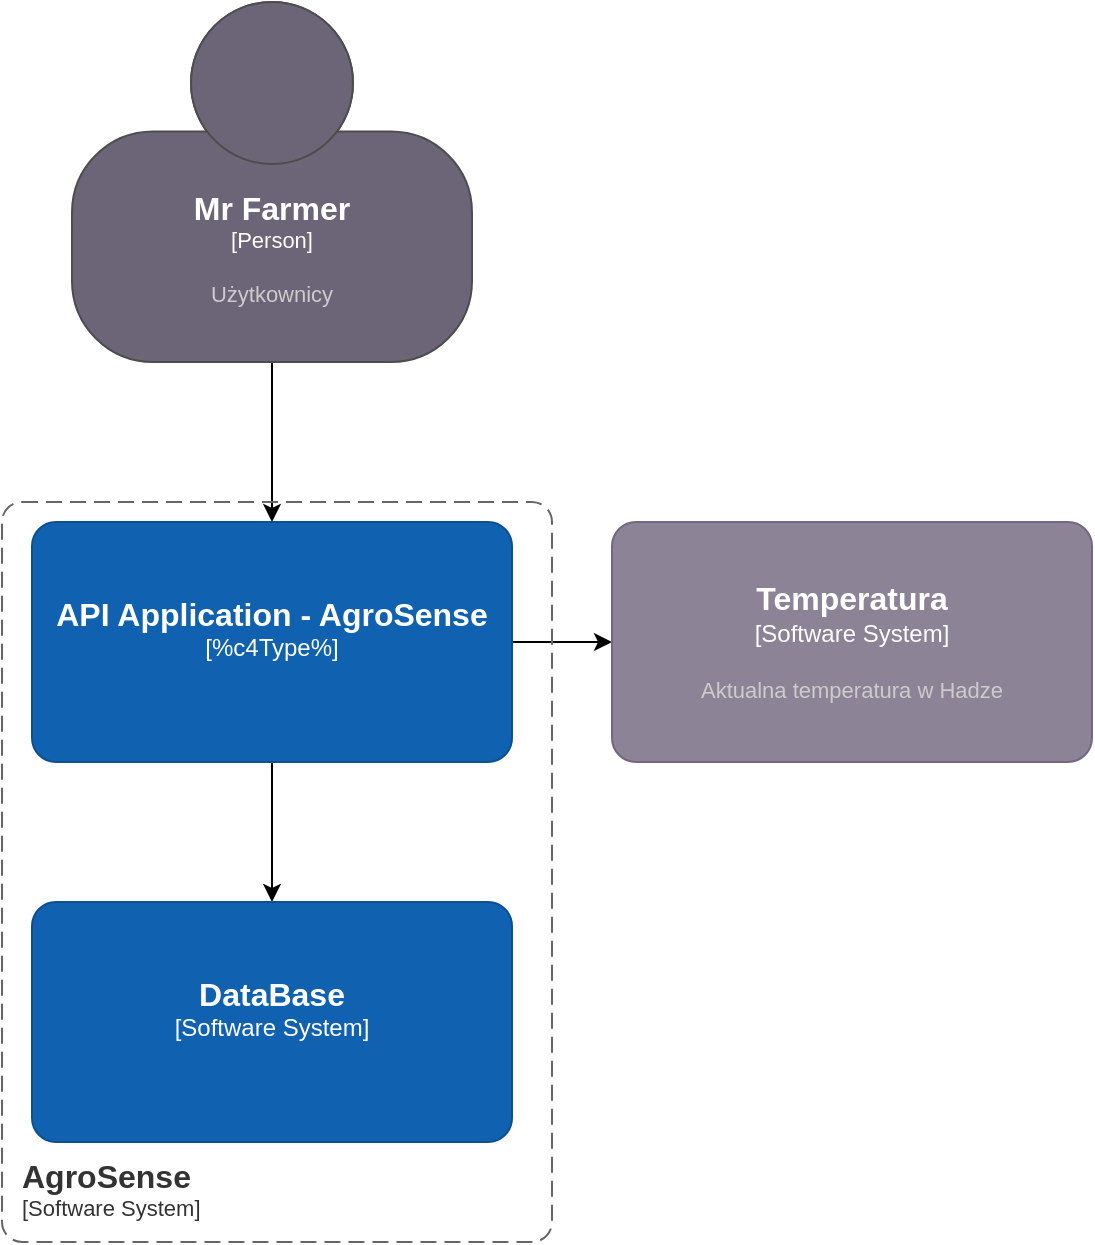
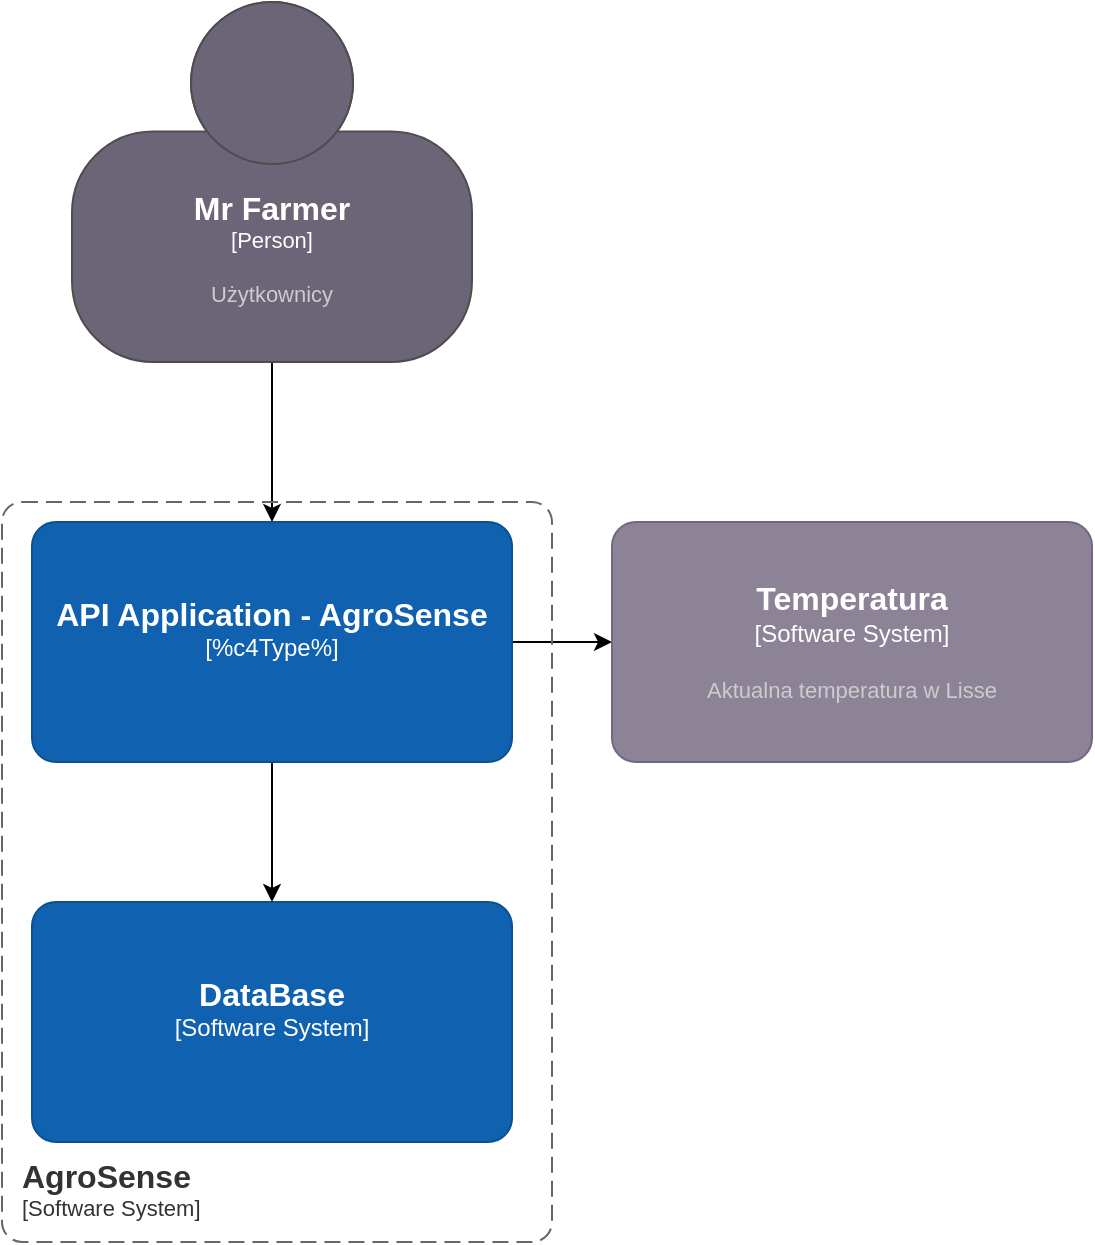
- <mxfile host="app.diagrams.net" agent="Mozilla/5.0 (Windows NT 10.0; Win64; x64) AppleWebKit/537.36 (KHTML, like Gecko) Chrome/134.0.0.0 Safari/537.36" version="26.1.1">
+ <mxfile host="app.diagrams.net" agent="Mozilla/5.0 (Windows NT 10.0; Win64; x64) AppleWebKit/537.36 (KHTML, like Gecko) Chrome/138.0.0.0 Safari/537.36" version="27.1.6">
  <diagram name="Strona-1" id="JiEw5maTpRAiuHX4kfsH">
-     <mxGraphModel dx="1483" dy="892" grid="1" gridSize="10" guides="1" tooltips="1" connect="1" arrows="1" fold="1" page="1" pageScale="1" pageWidth="827" pageHeight="1169" math="0" shadow="0">
+     <mxGraphModel dx="1224" dy="1116" grid="1" gridSize="10" guides="1" tooltips="1" connect="1" arrows="1" fold="1" page="1" pageScale="1" pageWidth="827" pageHeight="1169" math="0" shadow="0">
      <root>
        <mxCell id="0" />
        <mxCell id="1" parent="0" />
-         <mxCell id="W9UQ7EGqLrl5jvvXXVVl-11" value="" style="edgeStyle=orthogonalEdgeStyle;rounded=0;orthogonalLoop=1;jettySize=auto;html=1;" edge="1" parent="1" source="W9UQ7EGqLrl5jvvXXVVl-1" target="W9UQ7EGqLrl5jvvXXVVl-10">
+         <mxCell id="W9UQ7EGqLrl5jvvXXVVl-11" value="" style="edgeStyle=orthogonalEdgeStyle;rounded=0;orthogonalLoop=1;jettySize=auto;html=1;" parent="1" source="W9UQ7EGqLrl5jvvXXVVl-1" target="W9UQ7EGqLrl5jvvXXVVl-10" edge="1">
          <mxGeometry relative="1" as="geometry" />
        </mxCell>
-         <mxCell id="W9UQ7EGqLrl5jvvXXVVl-13" value="" style="edgeStyle=orthogonalEdgeStyle;rounded=0;orthogonalLoop=1;jettySize=auto;html=1;" edge="1" parent="1" source="W9UQ7EGqLrl5jvvXXVVl-1" target="W9UQ7EGqLrl5jvvXXVVl-12">
+         <mxCell id="W9UQ7EGqLrl5jvvXXVVl-13" value="" style="edgeStyle=orthogonalEdgeStyle;rounded=0;orthogonalLoop=1;jettySize=auto;html=1;" parent="1" source="W9UQ7EGqLrl5jvvXXVVl-1" target="W9UQ7EGqLrl5jvvXXVVl-12" edge="1">
          <mxGeometry relative="1" as="geometry" />
        </mxCell>
        <object c4Name="API Application - AgroSense" c4Description="" label="&lt;font style=&quot;font-size: 16px&quot;&gt;&lt;b&gt;%c4Name%&lt;/b&gt;&lt;/font&gt;&lt;div&gt;[%c4Type%]&lt;/div&gt;&lt;br&gt;&lt;div&gt;&lt;font style=&quot;font-size: 11px&quot;&gt;&lt;font color=&quot;#cccccc&quot;&gt;%c4Description%&lt;/font&gt;&lt;/div&gt;" placeholders="1" id="W9UQ7EGqLrl5jvvXXVVl-1">
-           <mxCell style="rounded=1;whiteSpace=wrap;html=1;labelBackgroundColor=none;fillColor=#1061B0;fontColor=#ffffff;align=center;arcSize=10;strokeColor=#0D5091;metaEdit=1;resizable=0;points=[[0.25,0,0],[0.5,0,0],[0.75,0,0],[1,0.25,0],[1,0.5,0],[1,0.75,0],[0.75,1,0],[0.5,1,0],[0.25,1,0],[0,0.75,0],[0,0.5,0],[0,0.25,0]];" vertex="1" parent="1">
+           <mxCell style="rounded=1;whiteSpace=wrap;html=1;labelBackgroundColor=none;fillColor=#1061B0;fontColor=#ffffff;align=center;arcSize=10;strokeColor=#0D5091;metaEdit=1;resizable=0;points=[[0.25,0,0],[0.5,0,0],[0.75,0,0],[1,0.25,0],[1,0.5,0],[1,0.75,0],[0.75,1,0],[0.5,1,0],[0.25,1,0],[0,0.75,0],[0,0.5,0],[0,0.25,0]];" parent="1" vertex="1">
            <mxGeometry x="190" y="270" width="240" height="120" as="geometry" />
          </mxCell>
        </object>
-         <mxCell id="W9UQ7EGqLrl5jvvXXVVl-3" value="" style="edgeStyle=orthogonalEdgeStyle;rounded=0;orthogonalLoop=1;jettySize=auto;html=1;" edge="1" parent="1" source="W9UQ7EGqLrl5jvvXXVVl-2" target="W9UQ7EGqLrl5jvvXXVVl-1">
+         <mxCell id="W9UQ7EGqLrl5jvvXXVVl-3" value="" style="edgeStyle=orthogonalEdgeStyle;rounded=0;orthogonalLoop=1;jettySize=auto;html=1;" parent="1" source="W9UQ7EGqLrl5jvvXXVVl-2" target="W9UQ7EGqLrl5jvvXXVVl-1" edge="1">
          <mxGeometry relative="1" as="geometry" />
        </mxCell>
        <object placeholders="1" c4Name="Mr Farmer" c4Type="Person" c4Description="Użytkownicy" label="&lt;font style=&quot;font-size: 16px&quot;&gt;&lt;b&gt;%c4Name%&lt;/b&gt;&lt;/font&gt;&lt;div&gt;[%c4Type%]&lt;/div&gt;&lt;br&gt;&lt;div&gt;&lt;font style=&quot;font-size: 11px&quot;&gt;&lt;font color=&quot;#cccccc&quot;&gt;%c4Description%&lt;/font&gt;&lt;/div&gt;" id="W9UQ7EGqLrl5jvvXXVVl-2">
-           <mxCell style="html=1;fontSize=11;dashed=0;whiteSpace=wrap;fillColor=#6C6477;strokeColor=#4D4D4D;fontColor=#ffffff;shape=mxgraph.c4.person2;align=center;metaEdit=1;points=[[0.5,0,0],[1,0.5,0],[1,0.75,0],[0.75,1,0],[0.5,1,0],[0.25,1,0],[0,0.75,0],[0,0.5,0]];resizable=0;" vertex="1" parent="1">
+           <mxCell style="html=1;fontSize=11;dashed=0;whiteSpace=wrap;fillColor=#6C6477;strokeColor=#4D4D4D;fontColor=#ffffff;shape=mxgraph.c4.person2;align=center;metaEdit=1;points=[[0.5,0,0],[1,0.5,0],[1,0.75,0],[0.75,1,0],[0.5,1,0],[0.25,1,0],[0,0.75,0],[0,0.5,0]];resizable=0;" parent="1" vertex="1">
            <mxGeometry x="210" y="10" width="200" height="180" as="geometry" />
          </mxCell>
        </object>
        <object placeholders="1" c4Name="DataBase" c4Type="Software System" c4Description="" label="&lt;font style=&quot;font-size: 16px&quot;&gt;&lt;b&gt;%c4Name%&lt;/b&gt;&lt;/font&gt;&lt;div&gt;[%c4Type%]&lt;/div&gt;&lt;br&gt;&lt;div&gt;&lt;font style=&quot;font-size: 11px&quot;&gt;&lt;font color=&quot;#cccccc&quot;&gt;%c4Description%&lt;/font&gt;&lt;/div&gt;" id="W9UQ7EGqLrl5jvvXXVVl-10">
-           <mxCell style="rounded=1;whiteSpace=wrap;html=1;labelBackgroundColor=none;fillColor=#1061B0;fontColor=#ffffff;align=center;arcSize=10;strokeColor=#0D5091;metaEdit=1;resizable=0;points=[[0.25,0,0],[0.5,0,0],[0.75,0,0],[1,0.25,0],[1,0.5,0],[1,0.75,0],[0.75,1,0],[0.5,1,0],[0.25,1,0],[0,0.75,0],[0,0.5,0],[0,0.25,0]];" vertex="1" parent="1">
+           <mxCell style="rounded=1;whiteSpace=wrap;html=1;labelBackgroundColor=none;fillColor=#1061B0;fontColor=#ffffff;align=center;arcSize=10;strokeColor=#0D5091;metaEdit=1;resizable=0;points=[[0.25,0,0],[0.5,0,0],[0.75,0,0],[1,0.25,0],[1,0.5,0],[1,0.75,0],[0.75,1,0],[0.5,1,0],[0.25,1,0],[0,0.75,0],[0,0.5,0],[0,0.25,0]];" parent="1" vertex="1">
            <mxGeometry x="190" y="460" width="240" height="120" as="geometry" />
          </mxCell>
        </object>
-         <object placeholders="1" c4Name="Temperatura" c4Type="Software System" c4Description="Aktualna temperatura w Hadze" label="&lt;font style=&quot;font-size: 16px&quot;&gt;&lt;b&gt;%c4Name%&lt;/b&gt;&lt;/font&gt;&lt;div&gt;[%c4Type%]&lt;/div&gt;&lt;br&gt;&lt;div&gt;&lt;font style=&quot;font-size: 11px&quot;&gt;&lt;font color=&quot;#cccccc&quot;&gt;%c4Description%&lt;/font&gt;&lt;/div&gt;" id="W9UQ7EGqLrl5jvvXXVVl-12">
-           <mxCell style="rounded=1;whiteSpace=wrap;html=1;labelBackgroundColor=none;fillColor=#8C8496;fontColor=#ffffff;align=center;arcSize=10;strokeColor=#736782;metaEdit=1;resizable=0;points=[[0.25,0,0],[0.5,0,0],[0.75,0,0],[1,0.25,0],[1,0.5,0],[1,0.75,0],[0.75,1,0],[0.5,1,0],[0.25,1,0],[0,0.75,0],[0,0.5,0],[0,0.25,0]];" vertex="1" parent="1">
+         <object placeholders="1" c4Name="Temperatura" c4Type="Software System" c4Description="Aktualna temperatura w Lisse" label="&lt;font style=&quot;font-size: 16px&quot;&gt;&lt;b&gt;%c4Name%&lt;/b&gt;&lt;/font&gt;&lt;div&gt;[%c4Type%]&lt;/div&gt;&lt;br&gt;&lt;div&gt;&lt;font style=&quot;font-size: 11px&quot;&gt;&lt;font color=&quot;#cccccc&quot;&gt;%c4Description%&lt;/font&gt;&lt;/div&gt;" id="W9UQ7EGqLrl5jvvXXVVl-12">
+           <mxCell style="rounded=1;whiteSpace=wrap;html=1;labelBackgroundColor=none;fillColor=#8C8496;fontColor=#ffffff;align=center;arcSize=10;strokeColor=#736782;metaEdit=1;resizable=0;points=[[0.25,0,0],[0.5,0,0],[0.75,0,0],[1,0.25,0],[1,0.5,0],[1,0.75,0],[0.75,1,0],[0.5,1,0],[0.25,1,0],[0,0.75,0],[0,0.5,0],[0,0.25,0]];" parent="1" vertex="1">
            <mxGeometry x="480" y="270" width="240" height="120" as="geometry" />
          </mxCell>
        </object>
        <object placeholders="1" c4Name="AgroSense" c4Type="SystemScopeBoundary" c4Application="Software System" label="&lt;font style=&quot;font-size: 16px&quot;&gt;&lt;b&gt;&lt;div style=&quot;text-align: left&quot;&gt;%c4Name%&lt;/div&gt;&lt;/b&gt;&lt;/font&gt;&lt;div style=&quot;text-align: left&quot;&gt;[%c4Application%]&lt;/div&gt;" id="W9UQ7EGqLrl5jvvXXVVl-17">
-           <mxCell style="rounded=1;fontSize=11;whiteSpace=wrap;html=1;dashed=1;arcSize=20;fillColor=none;strokeColor=#666666;fontColor=#333333;labelBackgroundColor=none;align=left;verticalAlign=bottom;labelBorderColor=none;spacingTop=0;spacing=10;dashPattern=8 4;metaEdit=1;rotatable=0;perimeter=rectanglePerimeter;noLabel=0;labelPadding=0;allowArrows=0;connectable=0;expand=0;recursiveResize=0;editable=1;pointerEvents=0;absoluteArcSize=1;points=[[0.25,0,0],[0.5,0,0],[0.75,0,0],[1,0.25,0],[1,0.5,0],[1,0.75,0],[0.75,1,0],[0.5,1,0],[0.25,1,0],[0,0.75,0],[0,0.5,0],[0,0.25,0]];" vertex="1" parent="1">
+           <mxCell style="rounded=1;fontSize=11;whiteSpace=wrap;html=1;dashed=1;arcSize=20;fillColor=none;strokeColor=#666666;fontColor=#333333;labelBackgroundColor=none;align=left;verticalAlign=bottom;labelBorderColor=none;spacingTop=0;spacing=10;dashPattern=8 4;metaEdit=1;rotatable=0;perimeter=rectanglePerimeter;noLabel=0;labelPadding=0;allowArrows=0;connectable=0;expand=0;recursiveResize=0;editable=1;pointerEvents=0;absoluteArcSize=1;points=[[0.25,0,0],[0.5,0,0],[0.75,0,0],[1,0.25,0],[1,0.5,0],[1,0.75,0],[0.75,1,0],[0.5,1,0],[0.25,1,0],[0,0.75,0],[0,0.5,0],[0,0.25,0]];" parent="1" vertex="1">
            <mxGeometry x="175" y="260" width="275" height="370" as="geometry" />
          </mxCell>
        </object>
      </root>
    </mxGraphModel>
  </diagram>
</mxfile>
